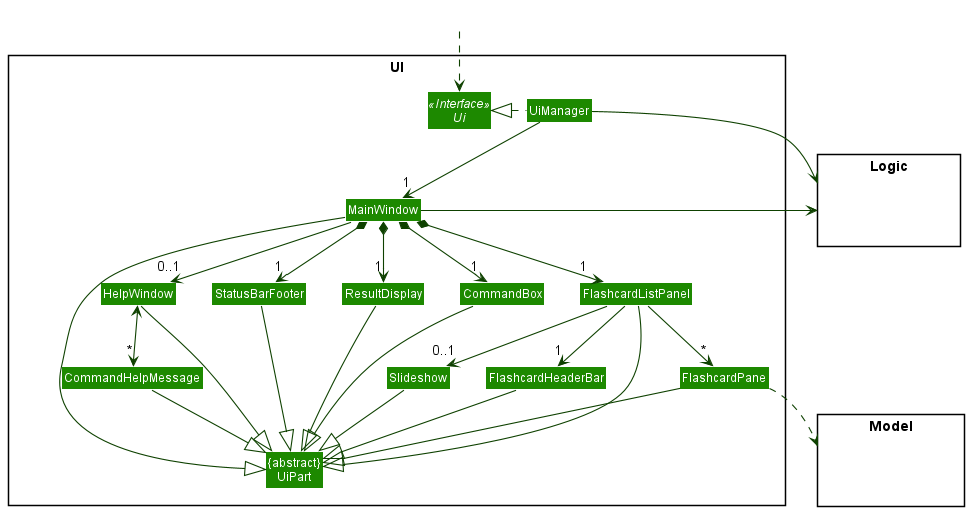
Before: docs/images/UiClassDiagram.png, a diagram exported from PlantUML (sharmainec/tp). Source of this version:
```plantuml
@startuml
!include style.puml
skinparam arrowThickness 1.1
skinparam arrowColor UI_COLOR_T4
skinparam classBackgroundColor UI_COLOR

package UI <<Rectangle>>{
Interface Ui <<Interface>>
Class "{abstract}\nUiPart" as UiPart
Class UiManager
Class MainWindow
Class HelpWindow
Class CommandHelpMessage
Class ResultDisplay
Class FlashcardListPanel
Class Slideshow
Class FlashcardHeaderBar
Class FlashcardPane
Class StatusBarFooter
Class CommandBox
}

package Model <<Rectangle>> {
Class HiddenModel #FFFFFF
}

package Logic <<Rectangle>> {
Class HiddenLogic #FFFFFF
}

Class HiddenOutside #FFFFFF
HiddenOutside ..> Ui

UiManager .left.|> Ui
UiManager -down-> "1" MainWindow
MainWindow *-down->  "1" CommandBox
MainWindow *-down-> "1" ResultDisplay
MainWindow *-down-> "1" FlashcardListPanel
MainWindow *-down-> "1" StatusBarFooter
MainWindow -down-> "0..1" HelpWindow

FlashcardListPanel -down-> "0..1" Slideshow
FlashcardListPanel -down-> "1" FlashcardHeaderBar
FlashcardListPanel -down-> "*" FlashcardPane
HelpWindow <-down-> "*" CommandHelpMessage

MainWindow -left-|> UiPart

ResultDisplay --|> UiPart
CommandBox --|> UiPart
FlashcardListPanel --|> UiPart
StatusBarFooter --|> UiPart
HelpWindow --|> UiPart
CommandHelpMessage --|> UiPart
Slideshow --|> UiPart
FlashcardHeaderBar --|> UiPart
FlashcardPane --|> UiPart

FlashcardPane ..> Model
UiManager -right-> Logic
MainWindow -left-> Logic

FlashcardListPanel -[hidden]left- CommandBox
CommandBox -[hidden]left- ResultDisplay
ResultDisplay -[hidden]left- StatusBarFooter
StatusBarFooter -[hidden]left- HelpWindow

FlashcardPane -[hidden]left- FlashcardHeaderBar
FlashcardHeaderBar -[hidden]left- Slideshow

MainWindow -[hidden]-|> UiPart
HelpWindow -[hidden]-|> UiPart
@enduml
```
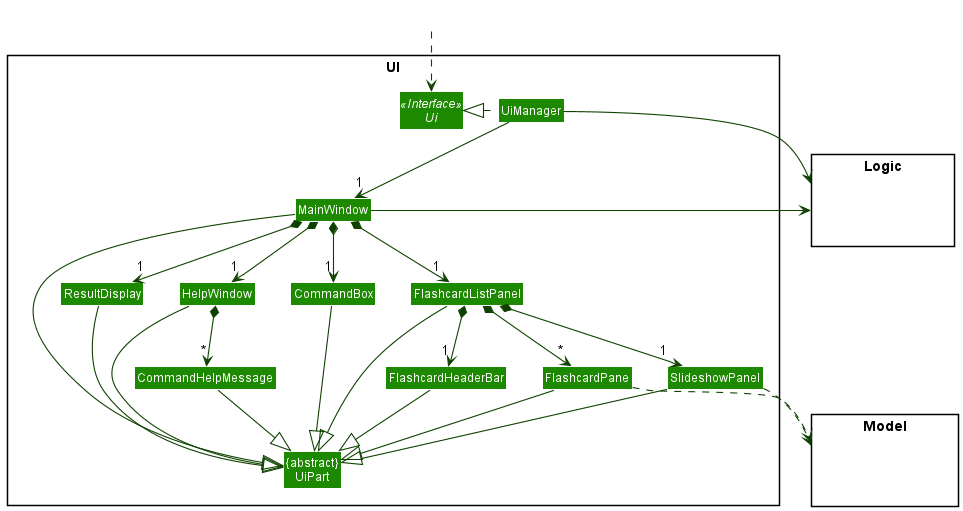
The same diagram one commit later.

Commit message:
Update Ui class diagram

Diff of the diagram source:
```diff
@@ -11,13 +11,12 @@
 Class MainWindow
 Class HelpWindow
 Class CommandHelpMessage
+Class CommandBox
 Class ResultDisplay
 Class FlashcardListPanel
-Class Slideshow
 Class FlashcardHeaderBar
+Class SlideshowPanel
 Class FlashcardPane
-Class StatusBarFooter
-Class CommandBox
 }
 
 package Model <<Rectangle>> {
@@ -33,41 +32,34 @@
 
 UiManager .left.|> Ui
 UiManager -down-> "1" MainWindow
+
+MainWindow *-down-> "1" HelpWindow
 MainWindow *-down->  "1" CommandBox
 MainWindow *-down-> "1" ResultDisplay
 MainWindow *-down-> "1" FlashcardListPanel
-MainWindow *-down-> "1" StatusBarFooter
-MainWindow -down-> "0..1" HelpWindow
 
-FlashcardListPanel -down-> "0..1" Slideshow
-FlashcardListPanel -down-> "1" FlashcardHeaderBar
-FlashcardListPanel -down-> "*" FlashcardPane
-HelpWindow <-down-> "*" CommandHelpMessage
+FlashcardListPanel *-down-> "1" FlashcardHeaderBar
+FlashcardListPanel *-down-> "1" SlideshowPanel
+FlashcardListPanel *-down-> "*" FlashcardPane
+HelpWindow *-down-> "*" CommandHelpMessage
 
 MainWindow -left-|> UiPart
 
 ResultDisplay --|> UiPart
 CommandBox --|> UiPart
 FlashcardListPanel --|> UiPart
-StatusBarFooter --|> UiPart
 HelpWindow --|> UiPart
 CommandHelpMessage --|> UiPart
-Slideshow --|> UiPart
+SlideshowPanel --|> UiPart
 FlashcardHeaderBar --|> UiPart
 FlashcardPane --|> UiPart
 
 FlashcardPane ..> Model
+SlideshowPanel ..> Model
 UiManager -right-> Logic
 MainWindow -left-> Logic
 
-FlashcardListPanel -[hidden]left- CommandBox
+ResultDisplay -[hidden]left- FlashcardListPanel
 CommandBox -[hidden]left- ResultDisplay
-ResultDisplay -[hidden]left- StatusBarFooter
-StatusBarFooter -[hidden]left- HelpWindow
 
-FlashcardPane -[hidden]left- FlashcardHeaderBar
-FlashcardHeaderBar -[hidden]left- Slideshow
-
-MainWindow -[hidden]-|> UiPart
-HelpWindow -[hidden]-|> UiPart
 @enduml
```
